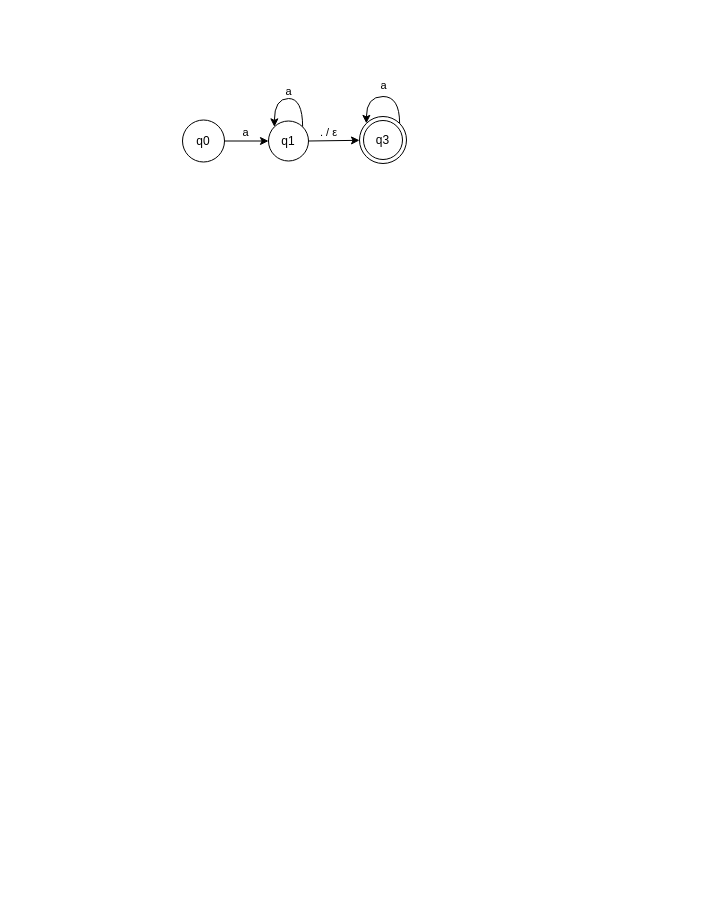
This is Kiểm chứng mô hình/NFA_Integer and Real Numbers.drawio from Neal005/DrawnIO, a draw.io file, before an edit. Source tidied: cells renumbered, new cells numbered last; positions are measured from the earlier drawing's top-left corner, leaving out a move shared by most shapes. Both pictures are drawn from the tidied source at 100%, with x=0, y=0 at pixel (182, 96).
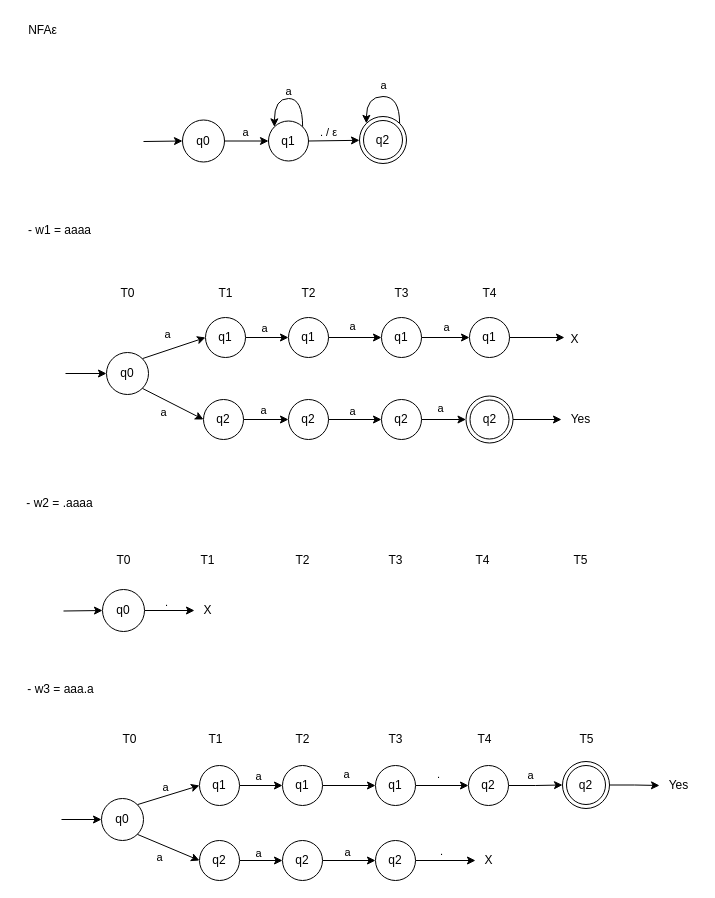
Above is the later version.

The change refers to these unchanged cells:
```xml
<mxCell id="2" value="q0" style="ellipse;whiteSpace=wrap;html=1;" parent="1" vertex="1">
  <mxGeometry y="23.5" width="42" height="42" as="geometry" />
</mxCell>
```

What changed in the source:
```diff
@@
-    <mxCell id="8" value="q3" style="ellipse;shape=doubleEllipse;whiteSpace=wrap;html=1;" parent="1" vertex="1">
+    <mxCell id="8" value="q2" style="ellipse;shape=doubleEllipse;whiteSpace=wrap;html=1;" parent="1" vertex="1">
       <mxGeometry x="177" y="20" width="47" height="47" as="geometry" />
     </mxCell>
@@
+    <mxCell id="13" style="endArrow=classic;html=1;rounded=0;entryX=0;entryY=0.5;entryDx=0;entryDy=0;" parent="1" edge="1" target="2">
+      <mxGeometry relative="1" as="geometry">
+        <mxPoint x="-39" y="45" as="sourcePoint" />
+      </mxGeometry>
+    </mxCell>
+    <mxCell id="14" style="rounded=0;jettySize=auto;html=1;exitX=1;exitY=0;exitDx=0;exitDy=0;entryX=0;entryY=0.5;entryDx=0;entryDy=0;" parent="1" edge="1" source="16" target="22">
+      <mxGeometry relative="1" as="geometry" />
+    </mxCell>
+    <mxCell id="15" value="a" style="edgeLabel;html=1;align=center;verticalAlign=middle;" parent="14" vertex="1">
+      <mxGeometry x="-0.08" y="-2" relative="1" as="geometry">
+        <mxPoint x="-5" y="-17" as="offset" />
+      </mxGeometry>
+    </mxCell>
+    <mxCell id="16" value="q0" style="ellipse;whiteSpace=wrap;html=1;" parent="1" vertex="1">
+      <mxGeometry x="-76" y="256" width="42" height="42" as="geometry" />
+    </mxCell>
+    <mxCell id="17" style="endArrow=classic;html=1;rounded=0;" parent="1" edge="1" target="16">
+      <mxGeometry relative="1" as="geometry">
+        <mxPoint x="-117" y="277" as="sourcePoint" />
+      </mxGeometry>
+    </mxCell>
+    <mxCell id="18" value="- w1 = aaaa" style="text;html=1;align=center;verticalAlign=middle;strokeColor=none;fillColor=none;" parent="1" vertex="1">
+      <mxGeometry x="-164" y="121" width="81" height="26" as="geometry" />
+    </mxCell>
+    <mxCell id="19" value="T0" style="text;html=1;align=center;verticalAlign=middle;strokeColor=none;fillColor=none;" parent="1" vertex="1">
+      <mxGeometry x="-71" y="184" width="32" height="26" as="geometry" />
+    </mxCell>
+    <mxCell id="20" style="edgeStyle=orthogonalEdgeStyle;rounded=0;jettySize=auto;html=1;exitX=1;exitY=0.5;exitDx=0;exitDy=0;entryX=0;entryY=0.5;entryDx=0;entryDy=0;" parent="1" edge="1" source="22" target="27">
+      <mxGeometry relative="1" as="geometry" />
+    </mxCell>
+    <mxCell id="21" value="a" style="edgeLabel;html=1;align=center;verticalAlign=middle;" parent="20" vertex="1">
+      <mxGeometry x="-0.25" y="-1" relative="1" as="geometry">
+        <mxPoint x="2" y="-11" as="offset" />
+      </mxGeometry>
+    </mxCell>
+    <mxCell id="22" value="q1" style="ellipse;whiteSpace=wrap;html=1;" parent="1" vertex="1">
+      <mxGeometry x="23" y="221" width="40" height="40" as="geometry" />
+    </mxCell>
+    <mxCell id="23" style="rounded=0;jettySize=auto;html=1;exitX=1;exitY=1;exitDx=0;exitDy=0;entryX=0;entryY=0.5;entryDx=0;entryDy=0;" parent="1" edge="1" source="16" target="30">
+      <mxGeometry relative="1" as="geometry" />
+    </mxCell>
+    <mxCell id="24" value="a" style="edgeLabel;html=1;align=center;verticalAlign=middle;" parent="23" vertex="1">
+      <mxGeometry x="-0.2" y="-2" relative="1" as="geometry">
+        <mxPoint x="-2" y="10" as="offset" />
+      </mxGeometry>
+    </mxCell>
+    <mxCell id="25" style="edgeStyle=orthogonalEdgeStyle;rounded=0;jettySize=auto;html=1;exitX=1;exitY=0.5;exitDx=0;exitDy=0;entryX=0;entryY=0.5;entryDx=0;entryDy=0;" parent="1" edge="1" source="27" target="33">
+      <mxGeometry relative="1" as="geometry" />
+    </mxCell>
+    <mxCell id="26" value="a" style="edgeLabel;html=1;align=center;verticalAlign=middle;" parent="25" vertex="1">
+      <mxGeometry x="-0.22" y="1" relative="1" as="geometry">
+        <mxPoint x="2" y="-11" as="offset" />
+      </mxGeometry>
+    </mxCell>
+    <mxCell id="27" value="q1" style="ellipse;whiteSpace=wrap;html=1;" parent="1" vertex="1">
+      <mxGeometry x="106" y="221" width="40" height="40" as="geometry" />
+    </mxCell>
+    <mxCell id="28" style="edgeStyle=orthogonalEdgeStyle;rounded=0;jettySize=auto;html=1;exitX=1;exitY=0.5;exitDx=0;exitDy=0;" parent="1" edge="1" source="30" target="83">
+      <mxGeometry relative="1" as="geometry" />
+    </mxCell>
+    <mxCell id="29" value="a" style="edgeLabel;html=1;align=center;verticalAlign=middle;" parent="28" vertex="1">
+      <mxGeometry x="-0.2" y="-1" relative="1" as="geometry">
+        <mxPoint x="1" y="-11" as="offset" />
+      </mxGeometry>
+    </mxCell>
+    <mxCell id="30" value="q2" style="ellipse;whiteSpace=wrap;html=1;" parent="1" vertex="1">
+      <mxGeometry x="21" y="303" width="40" height="40" as="geometry" />
+    </mxCell>
+    <mxCell id="31" style="edgeStyle=orthogonalEdgeStyle;rounded=0;jettySize=auto;html=1;exitX=1;exitY=0.5;exitDx=0;exitDy=0;entryX=0;entryY=0.5;entryDx=0;entryDy=0;" parent="1" edge="1" source="33" target="34">
+      <mxGeometry relative="1" as="geometry" />
+    </mxCell>
+    <mxCell id="32" value="a" style="edgeLabel;html=1;align=center;verticalAlign=middle;" parent="31" vertex="1">
+      <mxGeometry x="-0.04" y="1" relative="1" as="geometry">
+        <mxPoint x="1" y="-10" as="offset" />
+      </mxGeometry>
+    </mxCell>
+    <mxCell id="33" value="q1" style="ellipse;whiteSpace=wrap;html=1;" parent="1" vertex="1">
+      <mxGeometry x="199" y="221" width="40" height="40" as="geometry" />
+    </mxCell>
+    <mxCell id="34" value="q1" style="ellipse;whiteSpace=wrap;html=1;" parent="1" vertex="1">
+      <mxGeometry x="287" y="221" width="40" height="40" as="geometry" />
+    </mxCell>
+    <mxCell id="35" value="X" style="text;html=1;align=center;verticalAlign=middle;points=[];strokeColor=none;fillColor=none;" parent="1" vertex="1">
+      <mxGeometry x="379" y="230" width="26" height="26" as="geometry" />
+    </mxCell>
+    <mxCell id="36" style="edgeStyle=orthogonalEdgeStyle;rounded=0;jettySize=auto;html=1;exitX=1;exitY=0.5;exitDx=0;exitDy=0;entryX=0.115;entryY=0.423;entryDx=0;entryDy=0;entryPerimeter=0;" parent="1" edge="1" source="34" target="35">
+      <mxGeometry relative="1" as="geometry" />
+    </mxCell>
+    <mxCell id="37" value="T1" style="text;html=1;align=center;verticalAlign=middle;strokeColor=none;fillColor=none;" parent="1" vertex="1">
+      <mxGeometry x="27" y="184" width="32" height="26" as="geometry" />
+    </mxCell>
+    <mxCell id="38" value="T2" style="text;html=1;align=center;verticalAlign=middle;strokeColor=none;fillColor=none;" parent="1" vertex="1">
+      <mxGeometry x="110" y="184" width="32" height="26" as="geometry" />
+    </mxCell>
+    <mxCell id="39" value="T3" style="text;html=1;align=center;verticalAlign=middle;strokeColor=none;fillColor=none;" parent="1" vertex="1">
+      <mxGeometry x="203" y="184" width="32" height="26" as="geometry" />
+    </mxCell>
+    <mxCell id="40" value="T4" style="text;html=1;align=center;verticalAlign=middle;strokeColor=none;fillColor=none;" parent="1" vertex="1">
+      <mxGeometry x="291" y="184" width="32" height="26" as="geometry" />
+    </mxCell>
+    <mxCell id="41" value="- w2 = .aaaa" style="text;html=1;align=center;verticalAlign=middle;strokeColor=none;fillColor=none;" parent="1" vertex="1">
+      <mxGeometry x="-165.5" y="394" width="84" height="26" as="geometry" />
+    </mxCell>
+    <mxCell id="42" style="edgeStyle=orthogonalEdgeStyle;rounded=0;jettySize=auto;html=1;exitX=1;exitY=0.5;exitDx=0;exitDy=0;" parent="1" edge="1" source="44" target="46">
+      <mxGeometry relative="1" as="geometry" />
+    </mxCell>
+    <mxCell id="43" value="." style="edgeLabel;html=1;align=center;verticalAlign=middle;" parent="42" vertex="1">
+      <mxGeometry y="-2" relative="1" as="geometry">
+        <mxPoint x="-4" y="-11" as="offset" />
+      </mxGeometry>
+    </mxCell>
+    <mxCell id="44" value="q0" style="ellipse;whiteSpace=wrap;html=1;" parent="1" vertex="1">
+      <mxGeometry x="-80" y="493" width="42" height="42" as="geometry" />
+    </mxCell>
+    <mxCell id="45" style="endArrow=classic;html=1;rounded=0;entryX=0;entryY=0.5;entryDx=0;entryDy=0;" parent="1" edge="1" target="44">
+      <mxGeometry relative="1" as="geometry">
+        <mxPoint x="-119" y="514.5" as="sourcePoint" />
+      </mxGeometry>
+    </mxCell>
+    <mxCell id="46" value="X" style="text;html=1;align=center;verticalAlign=middle;points=[];strokeColor=none;fillColor=none;" parent="1" vertex="1">
+      <mxGeometry x="12" y="501" width="26" height="26" as="geometry" />
+    </mxCell>
+    <mxCell id="47" value="T0" style="text;html=1;align=center;verticalAlign=middle;strokeColor=none;fillColor=none;" parent="1" vertex="1">
+      <mxGeometry x="-75" y="451" width="32" height="26" as="geometry" />
+    </mxCell>
+    <mxCell id="48" value="T1" style="text;html=1;align=center;verticalAlign=middle;strokeColor=none;fillColor=none;" parent="1" vertex="1">
+      <mxGeometry x="9" y="451" width="32" height="26" as="geometry" />
+    </mxCell>
+    <mxCell id="49" value="- w3 = aaa.a" style="text;html=1;align=center;verticalAlign=middle;strokeColor=none;fillColor=none;" parent="1" vertex="1">
+      <mxGeometry x="-164" y="580" width="84" height="26" as="geometry" />
+    </mxCell>
+    <mxCell id="50" value="NFAε" style="text;html=1;align=center;verticalAlign=middle;strokeColor=none;fillColor=none;" parent="1" vertex="1">
+      <mxGeometry x="-164" y="-79" width="47" height="26" as="geometry" />
+    </mxCell>
+    <mxCell id="51" style="rounded=0;jettySize=auto;html=1;exitX=1;exitY=0;exitDx=0;exitDy=0;entryX=0;entryY=0.5;entryDx=0;entryDy=0;" parent="1" edge="1" source="53" target="57">
+      <mxGeometry relative="1" as="geometry" />
+    </mxCell>
+    <mxCell id="52" value="a" style="edgeLabel;html=1;align=center;verticalAlign=middle;" parent="51" vertex="1">
+      <mxGeometry x="-0.08" y="-2" relative="1" as="geometry">
+        <mxPoint x="-2" y="-11" as="offset" />
+      </mxGeometry>
+    </mxCell>
+    <mxCell id="53" value="q0" style="ellipse;whiteSpace=wrap;html=1;" parent="1" vertex="1">
+      <mxGeometry x="-81" y="702" width="42" height="42" as="geometry" />
+    </mxCell>
+    <mxCell id="54" style="endArrow=classic;html=1;rounded=0;entryX=0;entryY=0.5;entryDx=0;entryDy=0;" parent="1" edge="1" target="53">
+      <mxGeometry relative="1" as="geometry">
+        <mxPoint x="-121" y="723" as="sourcePoint" />
+      </mxGeometry>
+    </mxCell>
+    <mxCell id="55" style="edgeStyle=orthogonalEdgeStyle;rounded=0;jettySize=auto;html=1;exitX=1;exitY=0.5;exitDx=0;exitDy=0;entryX=0;entryY=0.5;entryDx=0;entryDy=0;" parent="1" edge="1" source="57" target="62">
+      <mxGeometry relative="1" as="geometry" />
+    </mxCell>
+    <mxCell id="56" value="a" style="edgeLabel;html=1;align=center;verticalAlign=middle;" parent="55" vertex="1">
+      <mxGeometry x="-0.25" y="-1" relative="1" as="geometry">
+        <mxPoint x="2" y="-11" as="offset" />
+      </mxGeometry>
+    </mxCell>
+    <mxCell id="57" value="q1" style="ellipse;whiteSpace=wrap;html=1;" parent="1" vertex="1">
+      <mxGeometry x="17" y="669" width="40" height="40" as="geometry" />
+    </mxCell>
+    <mxCell id="58" style="rounded=0;jettySize=auto;html=1;exitX=1;exitY=1;exitDx=0;exitDy=0;entryX=0;entryY=0.5;entryDx=0;entryDy=0;" parent="1" edge="1" source="53" target="65">
+      <mxGeometry relative="1" as="geometry" />
+    </mxCell>
+    <mxCell id="59" value="a" style="edgeLabel;html=1;align=center;verticalAlign=middle;" parent="58" vertex="1">
+      <mxGeometry x="-0.2" y="-2" relative="1" as="geometry">
+        <mxPoint x="-2" y="10" as="offset" />
+      </mxGeometry>
+    </mxCell>
+    <mxCell id="60" style="edgeStyle=orthogonalEdgeStyle;rounded=0;jettySize=auto;html=1;exitX=1;exitY=0.5;exitDx=0;exitDy=0;entryX=0;entryY=0.5;entryDx=0;entryDy=0;" parent="1" edge="1" source="62" target="68">
+      <mxGeometry relative="1" as="geometry" />
+    </mxCell>
+    <mxCell id="61" value="a" style="edgeLabel;html=1;align=center;verticalAlign=middle;" parent="60" vertex="1">
+      <mxGeometry x="-0.22" y="1" relative="1" as="geometry">
+        <mxPoint x="2" y="-11" as="offset" />
+      </mxGeometry>
+    </mxCell>
+    <mxCell id="62" value="q1" style="ellipse;whiteSpace=wrap;html=1;" parent="1" vertex="1">
+      <mxGeometry x="100" y="669" width="40" height="40" as="geometry" />
+    </mxCell>
+    <mxCell id="63" style="edgeStyle=orthogonalEdgeStyle;rounded=0;jettySize=auto;html=1;exitX=1;exitY=0.5;exitDx=0;exitDy=0;entryX=0;entryY=0.5;entryDx=0;entryDy=0;" parent="1" edge="1" source="65" target="92">
+      <mxGeometry relative="1" as="geometry" />
+    </mxCell>
+    <mxCell id="64" value="a" style="edgeLabel;html=1;align=center;verticalAlign=middle;" parent="63" vertex="1">
+      <mxGeometry x="0.02" y="-2" relative="1" as="geometry">
+        <mxPoint x="-4" y="-10" as="offset" />
+      </mxGeometry>
+    </mxCell>
+    <mxCell id="65" value="q2" style="ellipse;whiteSpace=wrap;html=1;" parent="1" vertex="1">
+      <mxGeometry x="17" y="744" width="40" height="40" as="geometry" />
+    </mxCell>
+    <mxCell id="66" style="edgeStyle=orthogonalEdgeStyle;rounded=0;jettySize=auto;html=1;exitX=1;exitY=0.5;exitDx=0;exitDy=0;entryX=0;entryY=0.5;entryDx=0;entryDy=0;" parent="1" edge="1" source="68" target="75">
+      <mxGeometry relative="1" as="geometry" />
+    </mxCell>
+    <mxCell id="67" value="." style="edgeLabel;html=1;align=center;verticalAlign=middle;" parent="66" vertex="1">
+      <mxGeometry x="0.09" y="-2" relative="1" as="geometry">
+        <mxPoint x="-7" y="-14" as="offset" />
+      </mxGeometry>
+    </mxCell>
+    <mxCell id="68" value="q1" style="ellipse;whiteSpace=wrap;html=1;" parent="1" vertex="1">
+      <mxGeometry x="193" y="669" width="40" height="40" as="geometry" />
+    </mxCell>
+    <mxCell id="69" value="T0" style="text;html=1;align=center;verticalAlign=middle;strokeColor=none;fillColor=none;" parent="1" vertex="1">
+      <mxGeometry x="-69" y="630" width="32" height="26" as="geometry" />
+    </mxCell>
+    <mxCell id="70" value="T1" style="text;html=1;align=center;verticalAlign=middle;strokeColor=none;fillColor=none;" parent="1" vertex="1">
+      <mxGeometry x="17" y="630" width="32" height="26" as="geometry" />
+    </mxCell>
+    <mxCell id="71" value="T2" style="text;html=1;align=center;verticalAlign=middle;strokeColor=none;fillColor=none;" parent="1" vertex="1">
+      <mxGeometry x="104" y="630" width="32" height="26" as="geometry" />
+    </mxCell>
+    <mxCell id="72" value="T3" style="text;html=1;align=center;verticalAlign=middle;strokeColor=none;fillColor=none;" parent="1" vertex="1">
+      <mxGeometry x="197" y="630" width="32" height="26" as="geometry" />
+    </mxCell>
+    <mxCell id="73" style="edgeStyle=orthogonalEdgeStyle;rounded=0;jettySize=auto;html=1;exitX=1;exitY=0.5;exitDx=0;exitDy=0;entryX=0;entryY=0.5;entryDx=0;entryDy=0;" parent="1" edge="1" source="75" target="77">
+      <mxGeometry relative="1" as="geometry" />
+    </mxCell>
+    <mxCell id="74" value="a" style="edgeLabel;html=1;align=center;verticalAlign=middle;" parent="73" vertex="1">
+      <mxGeometry x="-0.12" relative="1" as="geometry">
+        <mxPoint x="-3" y="-11" as="offset" />
+      </mxGeometry>
+    </mxCell>
+    <mxCell id="75" value="q2" style="ellipse;whiteSpace=wrap;html=1;" parent="1" vertex="1">
+      <mxGeometry x="286" y="669" width="40" height="40" as="geometry" />
+    </mxCell>
+    <mxCell id="76" style="edgeStyle=orthogonalEdgeStyle;rounded=0;jettySize=auto;html=1;exitX=1;exitY=0.5;exitDx=0;exitDy=0;" parent="1" edge="1" source="77" target="78">
+      <mxGeometry relative="1" as="geometry" />
+    </mxCell>
+    <mxCell id="77" value="q2" style="ellipse;shape=doubleEllipse;whiteSpace=wrap;html=1;" parent="1" vertex="1">
+      <mxGeometry x="380" y="665" width="47" height="47" as="geometry" />
+    </mxCell>
+    <mxCell id="78" value="Yes" style="text;html=1;align=center;verticalAlign=middle;points=[];strokeColor=none;fillColor=none;" parent="1" vertex="1">
+      <mxGeometry x="477" y="676" width="38" height="26" as="geometry" />
+    </mxCell>
+    <mxCell id="79" value="T4" style="text;html=1;align=center;verticalAlign=middle;strokeColor=none;fillColor=none;" parent="1" vertex="1">
+      <mxGeometry x="286" y="630" width="32" height="26" as="geometry" />
+    </mxCell>
+    <mxCell id="80" value="T5" style="text;html=1;align=center;verticalAlign=middle;strokeColor=none;fillColor=none;" parent="1" vertex="1">
+      <mxGeometry x="387.5" y="630" width="32" height="26" as="geometry" />
+    </mxCell>
+    <mxCell id="81" style="edgeStyle=orthogonalEdgeStyle;rounded=0;jettySize=auto;html=1;exitX=1;exitY=0.5;exitDx=0;exitDy=0;entryX=0;entryY=0.5;entryDx=0;entryDy=0;" parent="1" edge="1" source="83" target="86">
+      <mxGeometry relative="1" as="geometry" />
+    </mxCell>
+    <mxCell id="82" value="a" style="edgeLabel;html=1;align=center;verticalAlign=middle;" parent="81" vertex="1">
+      <mxGeometry x="0.02" relative="1" as="geometry">
+        <mxPoint x="-4" y="-9" as="offset" />
+      </mxGeometry>
+    </mxCell>
+    <mxCell id="83" value="q2" style="ellipse;whiteSpace=wrap;html=1;" parent="1" vertex="1">
+      <mxGeometry x="106" y="303" width="40" height="40" as="geometry" />
+    </mxCell>
+    <mxCell id="84" style="edgeStyle=orthogonalEdgeStyle;rounded=0;jettySize=auto;html=1;exitX=1;exitY=0.5;exitDx=0;exitDy=0;entryX=0;entryY=0.5;entryDx=0;entryDy=0;" parent="1" edge="1" source="86" target="88">
+      <mxGeometry relative="1" as="geometry" />
+    </mxCell>
+    <mxCell id="85" value="a" style="edgeLabel;html=1;align=center;verticalAlign=middle;" parent="84" vertex="1">
+      <mxGeometry x="-0.06" y="-1" relative="1" as="geometry">
+        <mxPoint x="-3" y="-13" as="offset" />
+      </mxGeometry>
+    </mxCell>
+    <mxCell id="86" value="q2" style="ellipse;whiteSpace=wrap;html=1;" parent="1" vertex="1">
+      <mxGeometry x="199" y="303" width="40" height="40" as="geometry" />
+    </mxCell>
+    <mxCell id="87" style="edgeStyle=orthogonalEdgeStyle;rounded=0;jettySize=auto;html=1;exitX=1;exitY=0.5;exitDx=0;exitDy=0;" parent="1" edge="1" source="88" target="89">
+      <mxGeometry relative="1" as="geometry" />
+    </mxCell>
+    <mxCell id="88" value="q2" style="ellipse;shape=doubleEllipse;whiteSpace=wrap;html=1;" parent="1" vertex="1">
+      <mxGeometry x="283.5" y="299.5" width="47" height="47" as="geometry" />
+    </mxCell>
+    <mxCell id="89" value="Yes" style="text;html=1;align=center;verticalAlign=middle;points=[];strokeColor=none;fillColor=none;" parent="1" vertex="1">
+      <mxGeometry x="379" y="310" width="38" height="26" as="geometry" />
+    </mxCell>
+    <mxCell id="90" style="edgeStyle=orthogonalEdgeStyle;rounded=0;jettySize=auto;html=1;exitX=1;exitY=0.5;exitDx=0;exitDy=0;entryX=0;entryY=0.5;entryDx=0;entryDy=0;" parent="1" edge="1" source="92" target="95">
+      <mxGeometry relative="1" as="geometry" />
+    </mxCell>
+    <mxCell id="91" value="a" style="edgeLabel;html=1;align=center;verticalAlign=middle;" parent="90" vertex="1">
+      <mxGeometry x="-0.09" y="-1" relative="1" as="geometry">
+        <mxPoint y="-10" as="offset" />
+      </mxGeometry>
+    </mxCell>
+    <mxCell id="92" value="q2" style="ellipse;whiteSpace=wrap;html=1;" parent="1" vertex="1">
+      <mxGeometry x="100" y="744" width="40" height="40" as="geometry" />
+    </mxCell>
+    <mxCell id="93" style="edgeStyle=orthogonalEdgeStyle;rounded=0;jettySize=auto;html=1;exitX=1;exitY=0.5;exitDx=0;exitDy=0;" parent="1" edge="1" source="95" target="96">
+      <mxGeometry relative="1" as="geometry" />
+    </mxCell>
+    <mxCell id="94" value="." style="edgeLabel;html=1;align=center;verticalAlign=middle;" parent="93" vertex="1">
+      <mxGeometry x="-0.13" y="-1" relative="1" as="geometry">
+        <mxPoint x="-1" y="-11" as="offset" />
+      </mxGeometry>
+    </mxCell>
+    <mxCell id="95" value="q2" style="ellipse;whiteSpace=wrap;html=1;" parent="1" vertex="1">
+      <mxGeometry x="193" y="744" width="40" height="40" as="geometry" />
+    </mxCell>
+    <mxCell id="96" value="X" style="text;html=1;align=center;verticalAlign=middle;points=[];strokeColor=none;fillColor=none;" parent="1" vertex="1">
+      <mxGeometry x="293" y="751" width="26" height="26" as="geometry" />
+    </mxCell>
+    <mxCell id="97" value="T2" style="text;html=1;align=center;verticalAlign=middle;strokeColor=none;fillColor=none;" parent="1" vertex="1">
+      <mxGeometry x="104" y="451" width="32" height="26" as="geometry" />
+    </mxCell>
+    <mxCell id="98" value="T3" style="text;html=1;align=center;verticalAlign=middle;strokeColor=none;fillColor=none;" parent="1" vertex="1">
+      <mxGeometry x="197" y="451" width="32" height="26" as="geometry" />
+    </mxCell>
+    <mxCell id="99" value="T4" style="text;html=1;align=center;verticalAlign=middle;strokeColor=none;fillColor=none;" parent="1" vertex="1">
+      <mxGeometry x="283.5" y="451" width="32" height="26" as="geometry" />
+    </mxCell>
+    <mxCell id="100" value="T5" style="text;html=1;align=center;verticalAlign=middle;strokeColor=none;fillColor=none;" parent="1" vertex="1">
+      <mxGeometry x="382" y="451" width="32" height="26" as="geometry" />
+    </mxCell>
```
